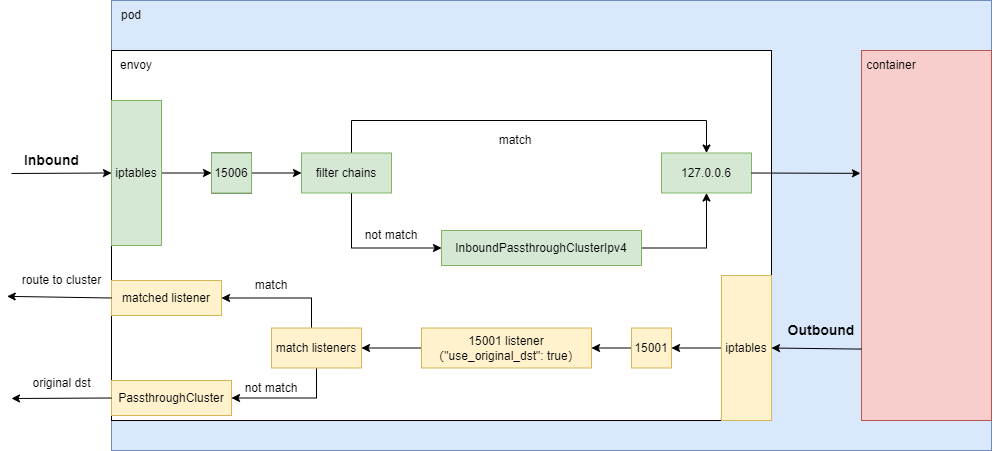
Before: cloud_native/istio/envoy/imgs/overview_02.png, a diagram exported from draw.io (LiamLea/notes). Source tidied: cells renumbered, new cells last; positions are measured from the earlier drawing's top-left corner, leaving out a move shared by most shapes.
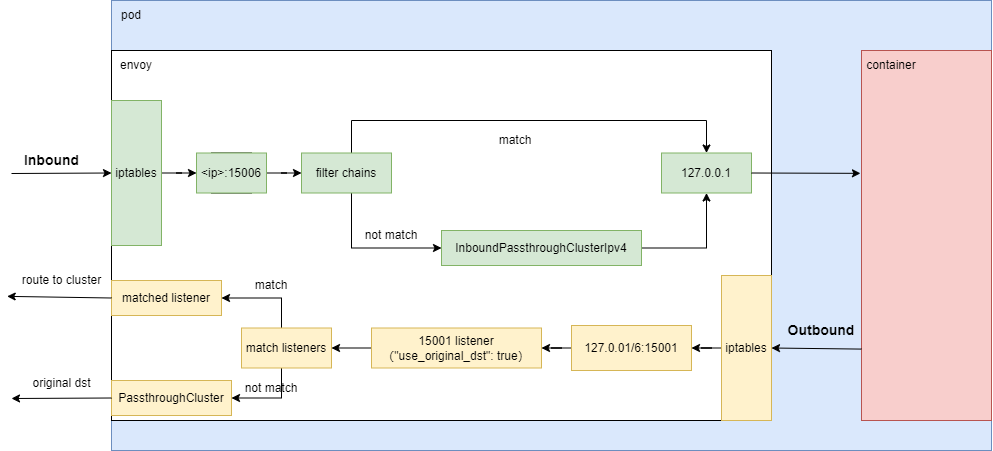
Above is the later version.

What changed in the source:
```diff
@@ -8,9 +8,6 @@
     <mxCell id="3" style="rounded=0;whiteSpace=wrap;html=1;" parent="1" vertex="1">
       <mxGeometry x="100" y="50" width="660" height="370" as="geometry" />
     </mxCell>
-    <mxCell id="4" style="edgeStyle=orthogonalEdgeStyle;rounded=0;jettySize=auto;html=1;" parent="1" edge="1" source="5" target="31">
-      <mxGeometry relative="1" as="geometry" />
-    </mxCell>
     <mxCell id="5" value="15006" style="rounded=0;whiteSpace=wrap;html=1;direction=south;" parent="1" vertex="1">
       <mxGeometry x="200" y="152.5" width="40" height="40" as="geometry" />
     </mxCell>
@@ -20,47 +17,44 @@
     <mxCell id="7" value="not match" style="text;html=1;strokeColor=none;fillColor=none;align=center;verticalAlign=middle;whiteSpace=wrap;rounded=0;" parent="1" vertex="1">
       <mxGeometry x="350" y="225" width="60" height="20" as="geometry" />
     </mxCell>
-    <mxCell id="8" style="edgeStyle=orthogonalEdgeStyle;rounded=0;jettySize=auto;html=1;entryX=0.5;entryY=1;entryDx=0;entryDy=0;" parent="1" edge="1" source="9" target="5">
-      <mxGeometry relative="1" as="geometry" />
-    </mxCell>
     <mxCell id="9" value="iptables" style="rounded=0;whiteSpace=wrap;html=1;" parent="1" vertex="1">
       <mxGeometry x="100" y="100" width="50" height="145" as="geometry" />
     </mxCell>
-    <mxCell id="10" style="edgeStyle=orthogonalEdgeStyle;rounded=0;jettySize=auto;html=1;entryX=0.5;entryY=0;entryDx=0;entryDy=0;" parent="1" edge="1" source="11" target="13">
+    <mxCell id="10" style="edgeStyle=orthogonalEdgeStyle;rounded=0;jettySize=auto;html=1;" parent="1" edge="1" source="11" target="13">
       <mxGeometry relative="1" as="geometry" />
     </mxCell>
     <mxCell id="11" value="iptables" style="rounded=0;whiteSpace=wrap;html=1;fillColor=#fff2cc;strokeColor=#d6b656;" parent="1" vertex="1">
       <mxGeometry x="710" y="275" width="50" height="145" as="geometry" />
     </mxCell>
-    <mxCell id="12" style="edgeStyle=orthogonalEdgeStyle;rounded=0;jettySize=auto;html=1;entryX=0.5;entryY=0;entryDx=0;entryDy=0;" parent="1" edge="1" source="13" target="15">
+    <mxCell id="12" style="edgeStyle=orthogonalEdgeStyle;rounded=0;jettySize=auto;html=1;" parent="1" edge="1" source="13" target="15">
       <mxGeometry relative="1" as="geometry" />
     </mxCell>
-    <mxCell id="13" value="15001" style="rounded=0;whiteSpace=wrap;html=1;direction=south;fillColor=#fff2cc;strokeColor=#d6b656;" parent="1" vertex="1">
-      <mxGeometry x="620" y="327.5" width="40" height="40" as="geometry" />
+    <mxCell id="13" value="127.0.01/6:15001" style="rounded=0;whiteSpace=wrap;html=1;direction=south;fillColor=#fff2cc;strokeColor=#d6b656;" parent="1" vertex="1">
+      <mxGeometry x="560" y="325" width="120" height="45" as="geometry" />
     </mxCell>
     <mxCell id="14" style="edgeStyle=orthogonalEdgeStyle;rounded=0;jettySize=auto;html=1;" parent="1" edge="1" source="15" target="18">
       <mxGeometry relative="1" as="geometry" />
     </mxCell>
     <mxCell id="15" value="15001 listener&lt;br&gt;（&quot;use_original_dst&quot;: true）" style="rounded=0;whiteSpace=wrap;html=1;direction=south;fillColor=#fff2cc;strokeColor=#d6b656;" parent="1" vertex="1">
-      <mxGeometry x="410" y="327.5" width="170" height="40" as="geometry" />
+      <mxGeometry x="360" y="327.5" width="170" height="40" as="geometry" />
     </mxCell>
     <mxCell id="16" style="edgeStyle=orthogonalEdgeStyle;rounded=0;jettySize=auto;html=1;exitX=0.5;exitY=1;exitDx=0;exitDy=0;entryX=1;entryY=0.5;entryDx=0;entryDy=0;" parent="1" edge="1" source="18" target="19">
       <mxGeometry relative="1" as="geometry">
         <Array as="points">
-          <mxPoint x="300" y="348" />
-          <mxPoint x="300" y="298" />
+          <mxPoint x="270" y="348" />
+          <mxPoint x="270" y="298" />
         </Array>
       </mxGeometry>
     </mxCell>
     <mxCell id="17" style="edgeStyle=orthogonalEdgeStyle;rounded=0;jettySize=auto;html=1;entryX=1;entryY=0.5;entryDx=0;entryDy=0;" parent="1" edge="1" source="18" target="20">
       <mxGeometry relative="1" as="geometry">
         <Array as="points">
-          <mxPoint x="305" y="398" />
+          <mxPoint x="270" y="398" />
         </Array>
       </mxGeometry>
     </mxCell>
     <mxCell id="18" value="match listeners" style="rounded=0;whiteSpace=wrap;html=1;direction=south;fillColor=#fff2cc;strokeColor=#d6b656;" parent="1" vertex="1">
-      <mxGeometry x="260" y="327.5" width="90" height="40" as="geometry" />
+      <mxGeometry x="230" y="327.5" width="90" height="40" as="geometry" />
     </mxCell>
     <mxCell id="19" value="matched listener" style="rounded=0;whiteSpace=wrap;html=1;fillColor=#fff2cc;strokeColor=#d6b656;" parent="1" vertex="1">
       <mxGeometry x="100" y="280" width="110" height="35" as="geometry" />
@@ -112,7 +106,7 @@
     <mxCell id="31" value="filter chains" style="rounded=0;whiteSpace=wrap;html=1;direction=south;fillColor=#d5e8d4;strokeColor=#82b366;" parent="1" vertex="1">
       <mxGeometry x="290" y="152.5" width="90" height="40" as="geometry" />
     </mxCell>
-    <mxCell id="32" value="127.0.0.6" style="rounded=0;whiteSpace=wrap;html=1;direction=south;fillColor=#d5e8d4;strokeColor=#82b366;" parent="1" vertex="1">
+    <mxCell id="32" value="127.0.0.1" style="rounded=0;whiteSpace=wrap;html=1;direction=south;fillColor=#d5e8d4;strokeColor=#82b366;" parent="1" vertex="1">
       <mxGeometry x="650" y="152.5" width="90" height="40" as="geometry" />
     </mxCell>
     <mxCell id="33" style="endArrow=classic;html=1;rounded=0;entryX=0;entryY=0.5;entryDx=0;entryDy=0;" parent="1" edge="1" target="9">
@@ -135,11 +129,17 @@
     <mxCell id="38" value="pod" style="text;html=1;strokeColor=none;fillColor=none;align=center;verticalAlign=middle;whiteSpace=wrap;rounded=0;" parent="1" vertex="1">
       <mxGeometry x="100" width="40" height="30" as="geometry" />
     </mxCell>
+    <mxCell id="44" style="edgeStyle=orthogonalEdgeStyle;rounded=0;jettySize=auto;html=1;entryX=0.5;entryY=1;entryDx=0;entryDy=0;" parent="1" edge="1" source="39" target="40">
+      <mxGeometry relative="1" as="geometry" />
+    </mxCell>
     <mxCell id="39" value="iptables" style="rounded=0;whiteSpace=wrap;html=1;fillColor=#d5e8d4;strokeColor=#82b366;" parent="1" vertex="1">
       <mxGeometry x="100" y="100" width="50" height="145" as="geometry" />
     </mxCell>
+    <mxCell id="45" style="edgeStyle=orthogonalEdgeStyle;rounded=0;jettySize=auto;html=1;entryX=0.5;entryY=1;entryDx=0;entryDy=0;" parent="1" edge="1" source="40" target="31">
+      <mxGeometry relative="1" as="geometry" />
+    </mxCell>
-    <mxCell id="40" value="15006" style="rounded=0;whiteSpace=wrap;html=1;direction=south;fillColor=#d5e8d4;strokeColor=#82b366;" parent="1" vertex="1">
-      <mxGeometry x="200" y="152.5" width="40" height="40" as="geometry" />
+    <mxCell id="40" value="&amp;lt;ip&amp;gt;:15006" style="rounded=0;whiteSpace=wrap;html=1;direction=south;fillColor=#d5e8d4;strokeColor=#82b366;" parent="1" vertex="1">
+      <mxGeometry x="185" y="152.5" width="70" height="40" as="geometry" />
     </mxCell>
     <mxCell id="41" style="endArrow=classic;html=1;rounded=0;strokeColor=#000000;exitX=0.5;exitY=0;exitDx=0;exitDy=0;entryX=-0.008;entryY=0.332;entryDx=0;entryDy=0;entryPerimeter=0;" parent="1" edge="1" source="32" target="35">
       <mxGeometry relative="1" as="geometry" />
```
